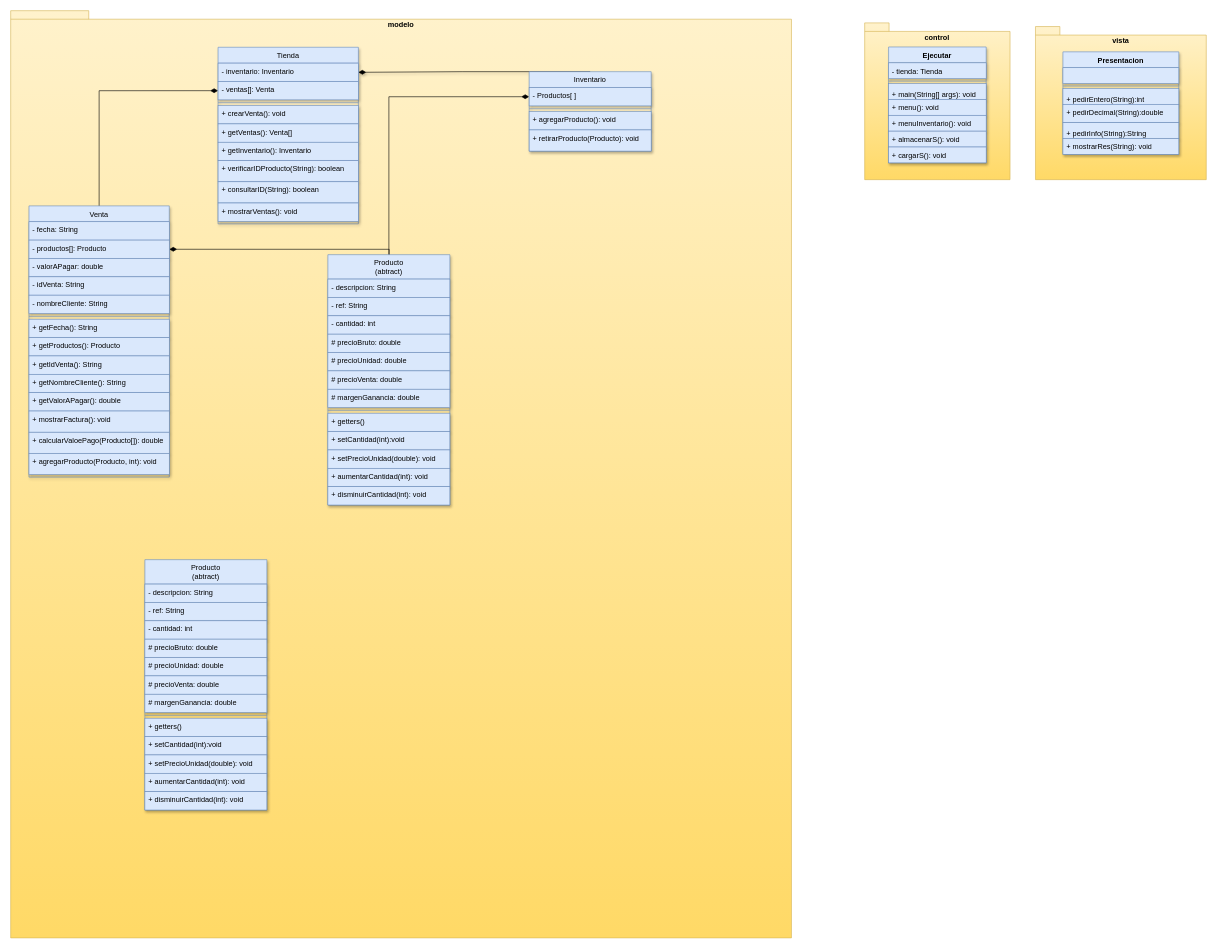
Earlier version of the draw.io diagram ProyectoPOO2024-2/UMLProyecto.drawio (AndresFCastano7723/ProyectoPOO2024-2). Source tidied: cells renumbered, new cells numbered last; positions are measured from the earlier drawing's top-left corner, leaving out a move shared by most shapes. Both pictures are drawn from the tidied source at 61%, with x=0, y=0 at pixel (10, 10).
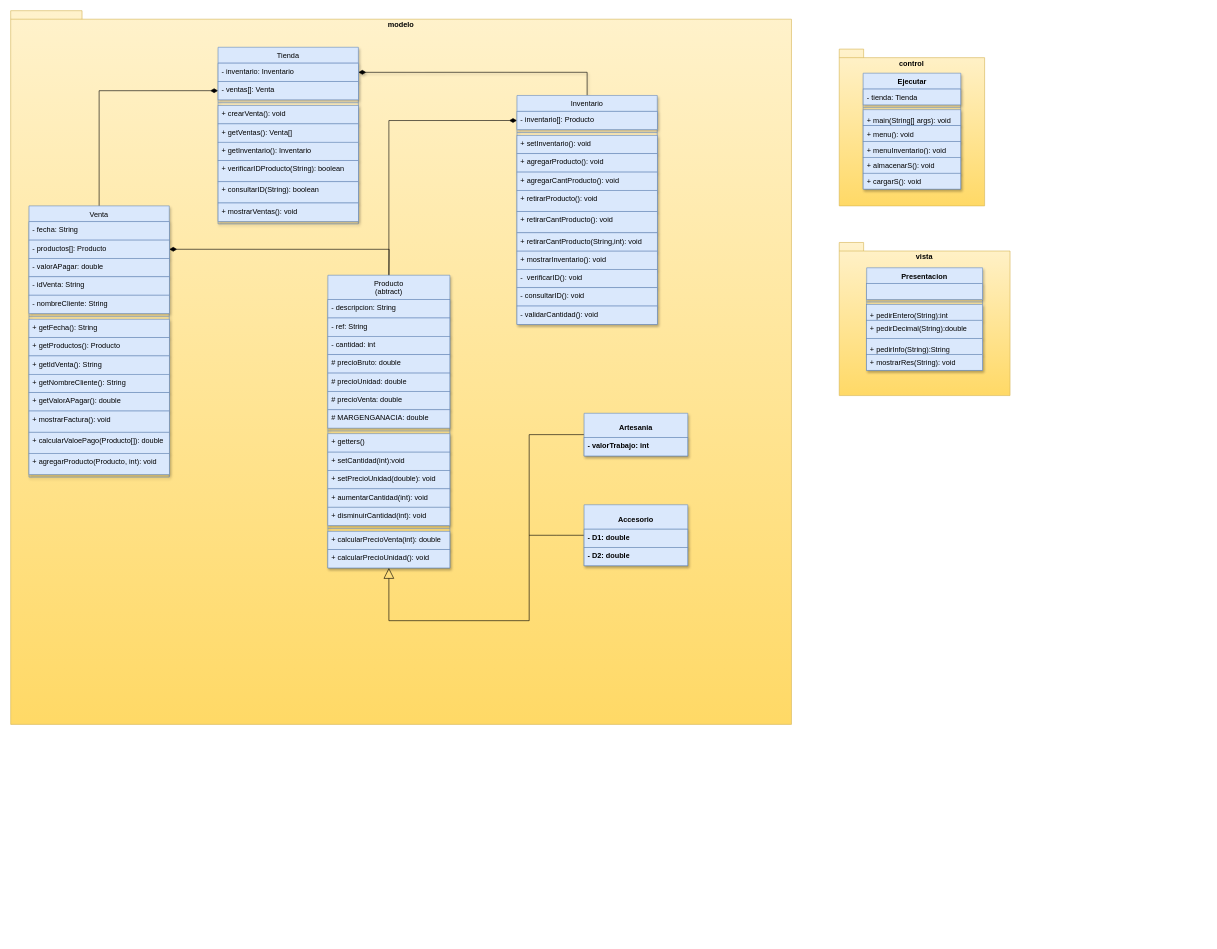
The same diagram, later.

Unchanged cells that the change refers to:
```xml
<mxCell id="49" value="- inventario: Inventario" style="text;align=left;verticalAlign=top;spacingLeft=4;spacingRight=4;overflow=hidden;points=[[0,0.5],[1,0.5]];portConstraint=eastwest;fillColor=#dae8fc;strokeColor=#6c8ebf;shadow=1;" parent="48" vertex="1">
  <mxGeometry y="26" width="230" height="30.1" as="geometry" />
</mxCell>
```

The edit, as a diff of the source:
```diff
@@
     <mxCell id="2" style="group;" parent="1" vertex="1">
-      <mxGeometry x="1680" y="26" width="280" height="251" as="geometry" />
+      <mxGeometry x="1358.3" y="380" width="280" height="251" as="geometry" />
     </mxCell>
@@
     <mxCell id="11" style="group;" parent="1" vertex="1">
-      <mxGeometry x="1400" y="20" width="238.3" height="257" as="geometry" />
+      <mxGeometry x="1358.3" y="63" width="238.3" height="257" as="geometry" />
     </mxCell>
@@
     <mxCell id="21" value="modelo" style="shape=folder;fontStyle=1;spacingTop=10;tabWidth=40;tabHeight=14;tabPosition=left;html=1;whiteSpace=wrap;verticalAlign=top;fillColor=#fff2cc;strokeColor=#d6b656;gradientColor=#ffd966;" parent="1" vertex="1">
-      <mxGeometry width="1280" height="1520" as="geometry" />
+      <mxGeometry width="1280" height="1170" as="geometry" />
     </mxCell>
@@
     <mxCell id="24" style="endArrow=diamondThin;endFill=1;endSize=10;html=1;rounded=0;fontFamily=Helvetica;fontSize=12;fontColor=default;fontStyle=2;entryX=1;entryY=0.5;entryDx=0;entryDy=0;entryPerimeter=0;shadow=1;exitX=0.5;exitY=0;exitDx=0;exitDy=0;" parent="1" edge="1" source="42" target="49">
       <mxGeometry relative="1" as="geometry">
         <Array as="points">
-          <mxPoint x="740" y="100" />
+          <mxPoint x="945" y="101" />
         </Array>
       </mxGeometry>
     </mxCell>
@@
     <mxCell id="26" style="group;" parent="1" vertex="1">
-      <mxGeometry x="520" y="400" width="200" height="380.4" as="geometry" />
+      <mxGeometry x="520" y="433.7" width="200" height="480" as="geometry" />
     </mxCell>
     <mxCell id="27" value="Producto&#10;(abtract)&#10;" style="swimlane;fontStyle=0;align=center;verticalAlign=top;horizontal=1;startSize=40;rounded=0;shadow=1;strokeWidth=1;fillColor=#dae8fc;strokeColor=#6c8ebf;" parent="26" vertex="1">
-      <mxGeometry width="200" height="410.4" as="geometry" />
+      <mxGeometry width="200" height="479.9" as="geometry" />
     </mxCell>
@@
-    <mxCell id="34" value="# margenGanancia: double" style="text;align=left;verticalAlign=top;spacingLeft=4;spacingRight=4;overflow=hidden;fillColor=#dae8fc;strokeColor=#6c8ebf;shadow=1;" parent="27" vertex="1">
+    <mxCell id="34" value="# MARGENGANACIA: double" style="text;align=left;verticalAlign=top;spacingLeft=4;spacingRight=4;overflow=hidden;fillColor=#dae8fc;strokeColor=#6c8ebf;shadow=1;" parent="27" vertex="1">
       <mxGeometry y="220.6" width="200" height="30" as="geometry" />
     </mxCell>
@@
+    <mxCell id="89" style="line;html=1;strokeWidth=1;align=left;verticalAlign=middle;spacingTop=-1;spacingLeft=3;spacingRight=3;labelPosition=right;fillColor=#dae8fc;strokeColor=#6c8ebf;shadow=1;" parent="27" vertex="1">
+      <mxGeometry y="410.4" width="200" height="9.3" as="geometry" />
+    </mxCell>
+    <mxCell id="90" value="+ calcularPrecioVenta(int): double" style="text;align=left;verticalAlign=top;spacingLeft=4;spacingRight=4;overflow=hidden;fillColor=#dae8fc;strokeColor=#6c8ebf;shadow=1;" parent="27" vertex="1">
+      <mxGeometry y="419.7" width="200" height="30.1" as="geometry" />
+    </mxCell>
+    <mxCell id="91" value="+ calcularPrecioUnidad(): void" style="text;align=left;verticalAlign=top;spacingLeft=4;spacingRight=4;overflow=hidden;fillColor=#dae8fc;strokeColor=#6c8ebf;shadow=1;" parent="27" vertex="1">
+      <mxGeometry y="449.8" width="200" height="30.1" as="geometry" />
+    </mxCell>
     <mxCell id="41" style="group;" parent="1" vertex="1">
-      <mxGeometry x="850" y="100" width="200" height="130.2" as="geometry" />
+      <mxGeometry x="830" y="139" width="230" height="375" as="geometry" />
     </mxCell>
     <mxCell id="42" value="Inventario" style="swimlane;fontStyle=0;align=center;verticalAlign=top;horizontal=1;startSize=26;rounded=0;shadow=1;strokeWidth=1;fillColor=#dae8fc;strokeColor=#6c8ebf;" parent="41" vertex="1">
-      <mxGeometry width="200" height="130.2" as="geometry" />
+      <mxGeometry width="230" height="375.2" as="geometry" />
     </mxCell>
-    <mxCell id="43" value="- Productos[ ]" style="text;align=left;verticalAlign=top;spacingLeft=4;spacingRight=4;overflow=hidden;points=[[0,0.5],[1,0.5]];portConstraint=eastwest;fillColor=#dae8fc;strokeColor=#6c8ebf;shadow=1;" parent="41" vertex="1">
-      <mxGeometry y="26" width="200" height="30.1" as="geometry" />
+    <mxCell id="43" value="- inventario[]: Producto" style="text;align=left;verticalAlign=top;spacingLeft=4;spacingRight=4;overflow=hidden;points=[[0,0.5],[1,0.5]];portConstraint=eastwest;fillColor=#dae8fc;strokeColor=#6c8ebf;shadow=1;" parent="42" vertex="1">
+      <mxGeometry y="26" width="230" height="30.1" as="geometry" />
     </mxCell>
-    <mxCell id="44" style="line;html=1;strokeWidth=1;align=left;verticalAlign=middle;spacingTop=-1;spacingLeft=3;spacingRight=3;labelPosition=right;fillColor=#dae8fc;strokeColor=#6c8ebf;shadow=1;" parent="41" vertex="1">
-      <mxGeometry y="56.1" width="200" height="9.3" as="geometry" />
+    <mxCell id="44" style="line;html=1;strokeWidth=1;align=left;verticalAlign=middle;spacingTop=-1;spacingLeft=3;spacingRight=3;labelPosition=right;fillColor=#dae8fc;strokeColor=#6c8ebf;shadow=1;" parent="42" vertex="1">
+      <mxGeometry y="56.1" width="230" height="9.3" as="geometry" />
     </mxCell>
+    <mxCell id="92" value="+ setInventario(): void" style="text;align=left;verticalAlign=top;spacingLeft=4;spacingRight=4;overflow=hidden;fontStyle=0;fillColor=#dae8fc;strokeColor=#6c8ebf;shadow=1;" parent="42" vertex="1">
+      <mxGeometry y="65.4" width="230" height="30.1" as="geometry" />
+    </mxCell>
-    <mxCell id="45" value="+ agregarProducto(): void" style="text;align=left;verticalAlign=top;spacingLeft=4;spacingRight=4;overflow=hidden;fontStyle=0;fillColor=#dae8fc;strokeColor=#6c8ebf;shadow=1;" parent="41" vertex="1">
-      <mxGeometry y="65.4" width="200" height="30.1" as="geometry" />
+    <mxCell id="45" value="+ agregarProducto(): void" style="text;align=left;verticalAlign=top;spacingLeft=4;spacingRight=4;overflow=hidden;fontStyle=0;fillColor=#dae8fc;strokeColor=#6c8ebf;shadow=1;" parent="42" vertex="1">
+      <mxGeometry y="95.5" width="230" height="30.1" as="geometry" />
     </mxCell>
+    <mxCell id="93" value="+ agregarCantProducto(): void" style="text;align=left;verticalAlign=top;spacingLeft=4;spacingRight=4;overflow=hidden;fontStyle=0;fillColor=#dae8fc;strokeColor=#6c8ebf;shadow=1;" parent="42" vertex="1">
+      <mxGeometry y="125.6" width="230" height="30.1" as="geometry" />
+    </mxCell>
-    <mxCell id="46" value="+ retirarProducto(Producto): void" style="text;align=left;verticalAlign=top;spacingLeft=4;spacingRight=4;overflow=hidden;fillColor=#dae8fc;strokeColor=#6c8ebf;shadow=1;" parent="41" vertex="1">
-      <mxGeometry y="95.5" width="200" height="34.7" as="geometry" />
+    <mxCell id="46" value="+ retirarProducto(): void" style="text;align=left;verticalAlign=top;spacingLeft=4;spacingRight=4;overflow=hidden;fillColor=#dae8fc;strokeColor=#6c8ebf;shadow=1;" parent="42" vertex="1">
+      <mxGeometry y="155.7" width="230" height="34.7" as="geometry" />
     </mxCell>
+    <mxCell id="94" value="+ retirarCantProducto(): void" style="text;align=left;verticalAlign=top;spacingLeft=4;spacingRight=4;overflow=hidden;fillColor=#dae8fc;strokeColor=#6c8ebf;shadow=1;" parent="42" vertex="1">
+      <mxGeometry y="190.4" width="230" height="34.7" as="geometry" />
+    </mxCell>
+    <mxCell id="95" value="+ retirarCantProducto(String,int): void" style="text;align=left;verticalAlign=top;spacingLeft=4;spacingRight=4;overflow=hidden;fillColor=#dae8fc;strokeColor=#6c8ebf;shadow=1;" parent="42" vertex="1">
+      <mxGeometry y="225.2" width="230" height="30" as="geometry" />
+    </mxCell>
+    <mxCell id="96" value="+ mostrarInventario(): void" style="text;align=left;verticalAlign=top;spacingLeft=4;spacingRight=4;overflow=hidden;fillColor=#dae8fc;strokeColor=#6c8ebf;shadow=1;" parent="42" vertex="1">
+      <mxGeometry y="255.2" width="230" height="30" as="geometry" />
+    </mxCell>
+    <mxCell id="97" value="-  verificarID(): void" style="text;align=left;verticalAlign=top;spacingLeft=4;spacingRight=4;overflow=hidden;fillColor=#dae8fc;strokeColor=#6c8ebf;shadow=1;" parent="42" vertex="1">
+      <mxGeometry y="285.2" width="230" height="30" as="geometry" />
+    </mxCell>
+    <mxCell id="98" value="- consultarID(): void" style="text;align=left;verticalAlign=top;spacingLeft=4;spacingRight=4;overflow=hidden;fillColor=#dae8fc;strokeColor=#6c8ebf;shadow=1;" parent="42" vertex="1">
+      <mxGeometry y="315.2" width="230" height="30" as="geometry" />
+    </mxCell>
+    <mxCell id="99" value="- validarCantidad(): void" style="text;align=left;verticalAlign=top;spacingLeft=4;spacingRight=4;overflow=hidden;fillColor=#dae8fc;strokeColor=#6c8ebf;shadow=1;" parent="42" vertex="1">
+      <mxGeometry y="345.2" width="230" height="30" as="geometry" />
+    </mxCell>
@@
-    <mxCell id="74" style="group;" parent="1" vertex="1">
-      <mxGeometry x="220" y="900" width="200" height="380.4" as="geometry" />
-    </mxCell>
-    <mxCell id="75" value="Producto&#10;(abtract)&#10;" style="swimlane;fontStyle=0;align=center;verticalAlign=top;horizontal=1;startSize=40;rounded=0;shadow=1;strokeWidth=1;fillColor=#dae8fc;strokeColor=#6c8ebf;" parent="74" vertex="1">
-      <mxGeometry width="200" height="410.4" as="geometry" />
-    </mxCell>
-    <mxCell id="76" value="- descripcion: String" style="text;align=left;verticalAlign=top;spacingLeft=4;spacingRight=4;overflow=hidden;fillColor=#dae8fc;strokeColor=#6c8ebf;shadow=1;" parent="75" vertex="1">
-      <mxGeometry y="40" width="200" height="30.1" as="geometry" />
-    </mxCell>
-    <mxCell id="77" value="- ref: String" style="text;align=left;verticalAlign=top;spacingLeft=4;spacingRight=4;overflow=hidden;fillColor=#dae8fc;strokeColor=#6c8ebf;shadow=1;" parent="75" vertex="1">
-      <mxGeometry y="70.1" width="200" height="30.1" as="geometry" />
-    </mxCell>
-    <mxCell id="78" value="- cantidad: int" style="text;align=left;verticalAlign=top;spacingLeft=4;spacingRight=4;overflow=hidden;fillColor=#dae8fc;strokeColor=#6c8ebf;shadow=1;" parent="75" vertex="1">
-      <mxGeometry y="100.2" width="200" height="30.1" as="geometry" />
-    </mxCell>
-    <mxCell id="79" value="# precioBruto: double" style="text;align=left;verticalAlign=top;spacingLeft=4;spacingRight=4;overflow=hidden;fillColor=#dae8fc;strokeColor=#6c8ebf;shadow=1;" parent="75" vertex="1">
-      <mxGeometry y="130.3" width="200" height="30.1" as="geometry" />
-    </mxCell>
-    <mxCell id="80" value="# precioUnidad: double" style="text;align=left;verticalAlign=top;spacingLeft=4;spacingRight=4;overflow=hidden;fillColor=#dae8fc;strokeColor=#6c8ebf;shadow=1;" parent="75" vertex="1">
-      <mxGeometry y="160.4" width="200" height="30.1" as="geometry" />
-    </mxCell>
-    <mxCell id="81" value="# precioVenta: double" style="text;align=left;verticalAlign=top;spacingLeft=4;spacingRight=4;overflow=hidden;fillColor=#dae8fc;strokeColor=#6c8ebf;shadow=1;" parent="75" vertex="1">
-      <mxGeometry y="190.5" width="200" height="30.1" as="geometry" />
-    </mxCell>
-    <mxCell id="82" value="# margenGanancia: double" style="text;align=left;verticalAlign=top;spacingLeft=4;spacingRight=4;overflow=hidden;fillColor=#dae8fc;strokeColor=#6c8ebf;shadow=1;" parent="75" vertex="1">
-      <mxGeometry y="220.6" width="200" height="30" as="geometry" />
-    </mxCell>
-    <mxCell id="83" style="line;html=1;strokeWidth=1;align=left;verticalAlign=middle;spacingTop=-1;spacingLeft=3;spacingRight=3;labelPosition=right;fillColor=#dae8fc;strokeColor=#6c8ebf;shadow=1;" parent="75" vertex="1">
-      <mxGeometry y="250.6" width="200" height="9.3" as="geometry" />
-    </mxCell>
-    <mxCell id="84" value="+ getters()" style="text;align=left;verticalAlign=top;spacingLeft=4;spacingRight=4;overflow=hidden;fillColor=#dae8fc;strokeColor=#6c8ebf;shadow=1;" parent="75" vertex="1">
-      <mxGeometry y="259.9" width="200" height="30.1" as="geometry" />
-    </mxCell>
-    <mxCell id="85" value="+ setCantidad(int):void" style="text;align=left;verticalAlign=top;spacingLeft=4;spacingRight=4;overflow=hidden;fillColor=#dae8fc;strokeColor=#6c8ebf;shadow=1;" parent="75" vertex="1">
-      <mxGeometry y="290" width="200" height="30.1" as="geometry" />
-    </mxCell>
-    <mxCell id="86" value="+ setPrecioUnidad(double): void" style="text;align=left;verticalAlign=top;spacingLeft=4;spacingRight=4;overflow=hidden;fillColor=#dae8fc;strokeColor=#6c8ebf;shadow=1;" parent="75" vertex="1">
-      <mxGeometry y="320.1" width="200" height="30.1" as="geometry" />
-    </mxCell>
-    <mxCell id="87" value="+ aumentarCantidad(int): void" style="text;align=left;verticalAlign=top;spacingLeft=4;spacingRight=4;overflow=hidden;fillColor=#dae8fc;strokeColor=#6c8ebf;shadow=1;" parent="75" vertex="1">
-      <mxGeometry y="350.2" width="200" height="30.1" as="geometry" />
-    </mxCell>
-    <mxCell id="88" value="+ disminuirCantidad(int): void" style="text;align=left;verticalAlign=top;spacingLeft=4;spacingRight=4;overflow=hidden;fillColor=#dae8fc;strokeColor=#6c8ebf;shadow=1;" parent="75" vertex="1">
-      <mxGeometry y="380.3" width="200" height="30.1" as="geometry" />
-    </mxCell>
+    <mxCell id="100" style="edgeStyle=orthogonalEdgeStyle;rounded=0;jettySize=auto;html=1;entryX=0.5;entryY=1;entryDx=0;entryDy=0;fontFamily=Helvetica;fontSize=12;fontColor=default;fontStyle=1;endArrow=block;endFill=0;endSize=15;" parent="1" edge="1" source="101" target="27">
+      <mxGeometry relative="1" as="geometry">
+        <Array as="points">
+          <mxPoint x="850" y="695" />
+          <mxPoint x="850" y="1000" />
+          <mxPoint x="620" y="1000" />
+        </Array>
+      </mxGeometry>
+    </mxCell>
+    <mxCell id="101" value="Artesania" style="swimlane;fontStyle=1;align=center;verticalAlign=top;horizontal=1;startSize=40;whiteSpace=wrap;html=1;strokeColor=#6c8ebf;spacingTop=10;fontFamily=Helvetica;fontSize=12;fillColor=#dae8fc;shadow=1;" parent="1" vertex="1">
+      <mxGeometry x="940" y="660" width="170" height="70" as="geometry" />
+    </mxCell>
+    <mxCell id="102" value="- valorTrabajo: int" style="text;strokeColor=#6c8ebf;fillColor=#dae8fc;align=left;verticalAlign=top;spacingLeft=4;spacingRight=4;overflow=hidden;whiteSpace=wrap;html=1;fontFamily=Helvetica;fontSize=12;fontStyle=1;shadow=1;" parent="101" vertex="1">
+      <mxGeometry y="40" width="170" height="30" as="geometry" />
+    </mxCell>
+    <mxCell id="103" style="edgeStyle=orthogonalEdgeStyle;rounded=0;jettySize=auto;html=1;fontFamily=Helvetica;fontSize=12;fontColor=default;fontStyle=1;endArrow=none;endFill=0;" parent="1" edge="1" source="104">
+      <mxGeometry relative="1" as="geometry">
+        <mxPoint x="850" y="860" as="targetPoint" />
+      </mxGeometry>
+    </mxCell>
+    <mxCell id="104" value="Accesorio" style="swimlane;fontStyle=1;align=center;verticalAlign=top;horizontal=1;startSize=40;whiteSpace=wrap;html=1;strokeColor=#6c8ebf;spacingTop=10;fontFamily=Helvetica;fontSize=12;fillColor=#dae8fc;shadow=1;" parent="1" vertex="1">
+      <mxGeometry x="940" y="810" width="170" height="100" as="geometry" />
+    </mxCell>
+    <mxCell id="105" value="- D1: double" style="text;strokeColor=#6c8ebf;fillColor=#dae8fc;align=left;verticalAlign=top;spacingLeft=4;spacingRight=4;overflow=hidden;whiteSpace=wrap;html=1;fontFamily=Helvetica;fontSize=12;fontStyle=1;shadow=1;" parent="104" vertex="1">
+      <mxGeometry y="40" width="170" height="30" as="geometry" />
+    </mxCell>
+    <mxCell id="106" value="- D2: double" style="text;strokeColor=#6c8ebf;fillColor=#dae8fc;align=left;verticalAlign=top;spacingLeft=4;spacingRight=4;overflow=hidden;whiteSpace=wrap;html=1;fontFamily=Helvetica;fontSize=12;fontStyle=1;shadow=1;" parent="104" vertex="1">
+      <mxGeometry y="70" width="170" height="30" as="geometry" />
+    </mxCell>
```
